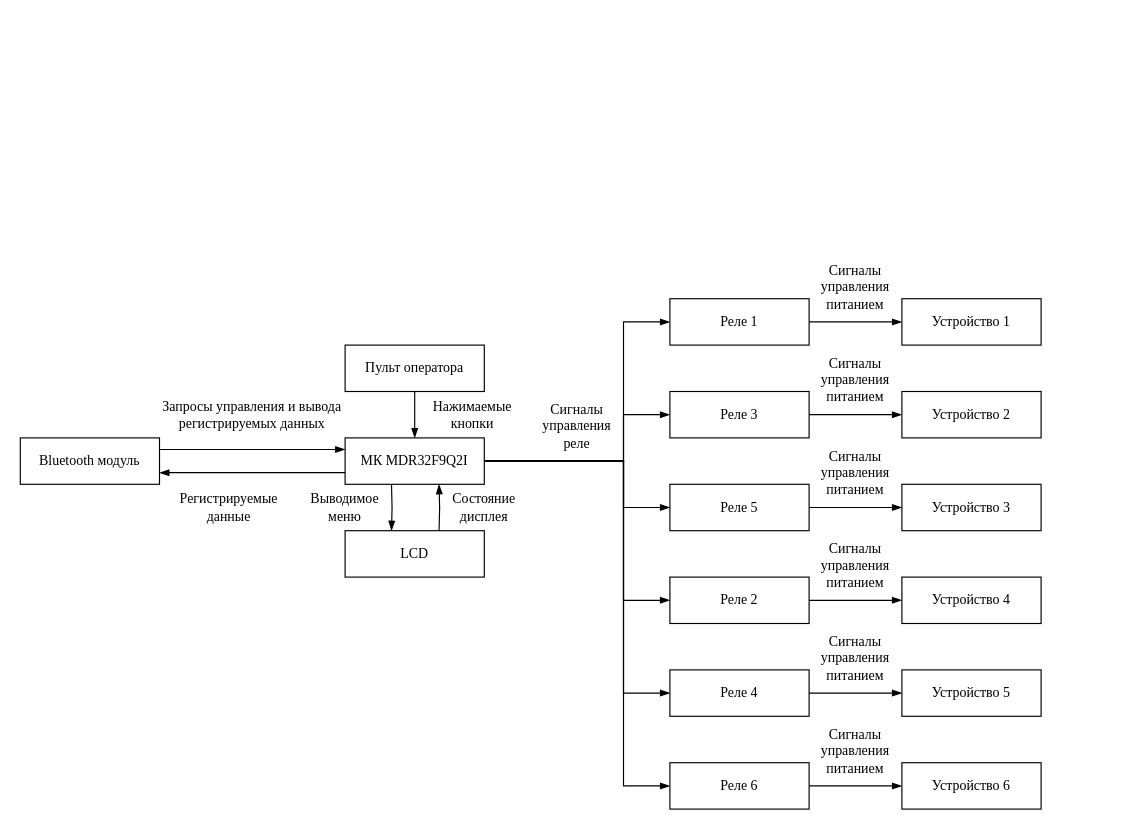
Before: structure_scheme.drawio in AntonBush/mps_course, a draw.io diagram. Source tidied: cells renumbered, new cells numbered last; positions are measured from the earlier drawing's top-left corner, leaving out a move shared by most shapes. Both pictures are drawn from the tidied source at 116%, with x=0, y=0 at pixel (20, 252).
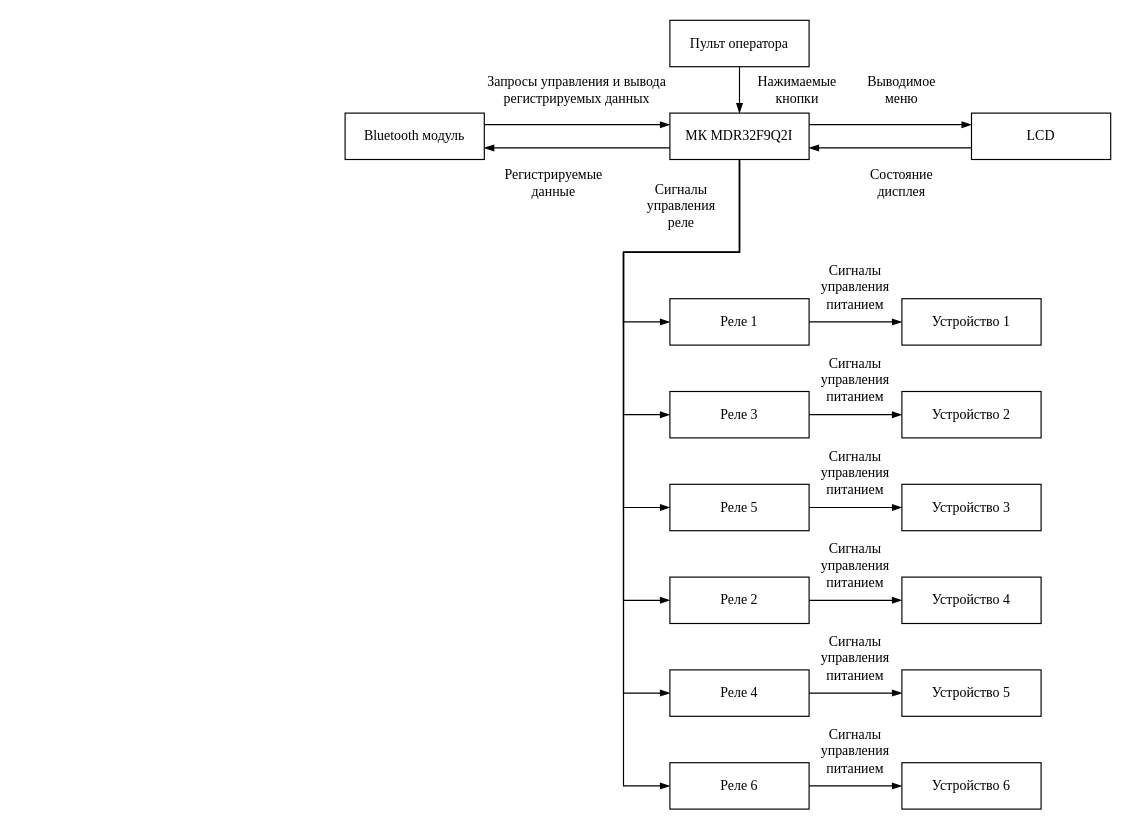
Above is the later version.

The change refers to these unchanged cells:
```xml
<mxCell id="12" value="Реле 1" style="rounded=0;whiteSpace=wrap;html=1;fontFamily=Times New Roman;" parent="1" vertex="1">
  <mxGeometry x="560" y="40" width="120" height="40" as="geometry" />
</mxCell>
<mxCell id="14" value="Реле 3" style="rounded=0;whiteSpace=wrap;html=1;fontFamily=Times New Roman;" parent="1" vertex="1">
  <mxGeometry x="560" y="120" width="120" height="40" as="geometry" />
</mxCell>
<mxCell id="16" value="Реле 5" style="rounded=0;whiteSpace=wrap;html=1;fontFamily=Times New Roman;" parent="1" vertex="1">
  <mxGeometry x="560" y="200" width="120" height="40" as="geometry" />
</mxCell>
<mxCell id="18" value="Реле 2" style="rounded=0;whiteSpace=wrap;html=1;fontFamily=Times New Roman;" parent="1" vertex="1">
  <mxGeometry x="560" y="280" width="120" height="40" as="geometry" />
</mxCell>
<mxCell id="20" value="Реле 4" style="rounded=0;whiteSpace=wrap;html=1;fontFamily=Times New Roman;" parent="1" vertex="1">
  <mxGeometry x="560" y="360" width="120" height="40" as="geometry" />
</mxCell>
<mxCell id="22" value="Реле 6" style="rounded=0;whiteSpace=wrap;html=1;fontFamily=Times New Roman;" parent="1" vertex="1">
  <mxGeometry x="560" y="440" width="120" height="40" as="geometry" />
</mxCell>
```

Change to the diagram source:
```diff
@@
-    <mxCell id="2" style="edgeStyle=orthogonalEdgeStyle;rounded=0;orthogonalLoop=1;jettySize=auto;html=1;exitX=0.5;exitY=1;exitDx=0;exitDy=0;entryX=0.5;entryY=0;entryDx=0;entryDy=0;endArrow=blockThin;endFill=1;fontFamily=Times New Roman;" parent="1" edge="1">
-      <mxGeometry relative="1" as="geometry">
-        <mxPoint x="320" y="200" as="sourcePoint" />
-        <mxPoint x="320" y="240" as="targetPoint" />
-      </mxGeometry>
+    <mxCell id="2" style="edgeStyle=orthogonalEdgeStyle;rounded=0;jettySize=auto;html=1;exitX=1;exitY=0.25;exitDx=0;exitDy=0;endArrow=blockThin;endFill=1;fontFamily=Times New Roman;entryX=0;entryY=0.25;entryDx=0;entryDy=0;" parent="1" edge="1" source="10" target="29">
+      <mxGeometry relative="1" as="geometry" />
     </mxCell>
-    <mxCell id="3" style="edgeStyle=orthogonalEdgeStyle;rounded=0;jettySize=auto;html=1;exitX=1;exitY=0.5;exitDx=0;exitDy=0;entryX=0;entryY=0.5;entryDx=0;entryDy=0;startArrow=none;startFill=0;endArrow=blockThin;endFill=1;fontFamily=Times New Roman;" parent="1" edge="1" source="10" target="12">
-      <mxGeometry relative="1" as="geometry">
-        <Array as="points">
-          <mxPoint x="520" y="180" />
-          <mxPoint x="520" y="60" />
-        </Array>
-      </mxGeometry>
-    </mxCell>
-    <mxCell id="4" style="edgeStyle=orthogonalEdgeStyle;rounded=0;jettySize=auto;html=1;exitX=1;exitY=0.5;exitDx=0;exitDy=0;entryX=0;entryY=0.5;entryDx=0;entryDy=0;startArrow=none;startFill=0;endArrow=blockThin;endFill=1;fontFamily=Times New Roman;" parent="1" edge="1" source="10" target="14">
-      <mxGeometry relative="1" as="geometry">
-        <Array as="points">
-          <mxPoint x="520" y="180" />
-          <mxPoint x="520" y="140" />
-        </Array>
-      </mxGeometry>
-    </mxCell>
+    <mxCell id="9" style="edgeStyle=orthogonalEdgeStyle;rounded=0;jettySize=auto;html=1;exitX=0;exitY=0.75;exitDx=0;exitDy=0;entryX=1;entryY=0.75;entryDx=0;entryDy=0;startArrow=none;startFill=0;endArrow=blockThin;endFill=1;fontFamily=Times New Roman;" parent="1" edge="1" source="10" target="36">
+      <mxGeometry relative="1" as="geometry" />
+    </mxCell>
-    <mxCell id="5" style="edgeStyle=orthogonalEdgeStyle;rounded=0;jettySize=auto;html=1;exitX=1;exitY=0.5;exitDx=0;exitDy=0;entryX=0;entryY=0.5;entryDx=0;entryDy=0;startArrow=none;startFill=0;endArrow=blockThin;endFill=1;fontFamily=Times New Roman;" parent="1" edge="1" source="10" target="16">
+    <mxCell id="5" style="edgeStyle=orthogonalEdgeStyle;rounded=0;jettySize=auto;html=1;exitX=0.5;exitY=1;exitDx=0;exitDy=0;entryX=0;entryY=0.5;entryDx=0;entryDy=0;fontSize=12;endArrow=blockThin;endFill=1;startSize=6;endSize=6;sourcePerimeterSpacing=8;targetPerimeterSpacing=8;" parent="1" edge="1" source="10" target="16">
       <mxGeometry relative="1" as="geometry">
         <Array as="points">
-          <mxPoint x="520" y="180" />
+          <mxPoint x="620" />
+          <mxPoint x="520" />
           <mxPoint x="520" y="220" />
         </Array>
       </mxGeometry>
     </mxCell>
-    <mxCell id="6" style="edgeStyle=orthogonalEdgeStyle;rounded=0;jettySize=auto;html=1;exitX=1;exitY=0.5;exitDx=0;exitDy=0;entryX=0;entryY=0.5;entryDx=0;entryDy=0;startArrow=none;startFill=0;endArrow=blockThin;endFill=1;fontFamily=Times New Roman;" parent="1" edge="1" source="10" target="18">
+    <mxCell id="6" style="edgeStyle=orthogonalEdgeStyle;rounded=0;jettySize=auto;html=1;exitX=0.5;exitY=1;exitDx=0;exitDy=0;entryX=0;entryY=0.5;entryDx=0;entryDy=0;fontSize=12;endArrow=blockThin;endFill=1;startSize=6;endSize=6;sourcePerimeterSpacing=8;targetPerimeterSpacing=8;" parent="1" edge="1" source="10" target="18">
       <mxGeometry relative="1" as="geometry">
         <Array as="points">
-          <mxPoint x="520" y="180" />
+          <mxPoint x="620" />
+          <mxPoint x="520" />
           <mxPoint x="520" y="300" />
         </Array>
       </mxGeometry>
     </mxCell>
-    <mxCell id="7" style="edgeStyle=orthogonalEdgeStyle;rounded=0;jettySize=auto;html=1;exitX=1;exitY=0.5;exitDx=0;exitDy=0;entryX=0;entryY=0.5;entryDx=0;entryDy=0;startArrow=none;startFill=0;endArrow=blockThin;endFill=1;fontFamily=Times New Roman;" parent="1" edge="1" source="10" target="20">
+    <mxCell id="7" style="edgeStyle=orthogonalEdgeStyle;rounded=0;jettySize=auto;html=1;exitX=0.5;exitY=1;exitDx=0;exitDy=0;entryX=0;entryY=0.5;entryDx=0;entryDy=0;fontSize=12;endArrow=blockThin;endFill=1;startSize=6;endSize=6;sourcePerimeterSpacing=8;targetPerimeterSpacing=8;" parent="1" edge="1" source="10" target="20">
       <mxGeometry relative="1" as="geometry">
         <Array as="points">
-          <mxPoint x="520" y="180" />
+          <mxPoint x="620" />
+          <mxPoint x="520" />
           <mxPoint x="520" y="380" />
         </Array>
       </mxGeometry>
     </mxCell>
-    <mxCell id="8" style="edgeStyle=orthogonalEdgeStyle;rounded=0;jettySize=auto;html=1;exitX=1;exitY=0.5;exitDx=0;exitDy=0;entryX=0;entryY=0.5;entryDx=0;entryDy=0;startArrow=none;startFill=0;endArrow=blockThin;endFill=1;fontFamily=Times New Roman;" parent="1" edge="1" source="10" target="22">
+    <mxCell id="8" style="edgeStyle=orthogonalEdgeStyle;rounded=0;jettySize=auto;html=1;exitX=0.5;exitY=1;exitDx=0;exitDy=0;entryX=0;entryY=0.5;entryDx=0;entryDy=0;fontSize=12;endArrow=blockThin;endFill=1;startSize=6;endSize=6;sourcePerimeterSpacing=8;targetPerimeterSpacing=8;" parent="1" edge="1" source="10" target="22">
       <mxGeometry relative="1" as="geometry">
         <Array as="points">
-          <mxPoint x="520" y="180" />
+          <mxPoint x="620" />
+          <mxPoint x="520" />
           <mxPoint x="520" y="460" />
         </Array>
       </mxGeometry>
     </mxCell>
-    <mxCell id="9" style="edgeStyle=orthogonalEdgeStyle;rounded=0;jettySize=auto;html=1;exitX=0;exitY=0.75;exitDx=0;exitDy=0;entryX=1;entryY=0.75;entryDx=0;entryDy=0;startArrow=none;startFill=0;endArrow=blockThin;endFill=1;fontFamily=Times New Roman;" parent="1" edge="1" source="10" target="36">
-      <mxGeometry relative="1" as="geometry" />
-    </mxCell>
     <mxCell id="10" value="МК MDR32F9Q2I" style="rounded=0;whiteSpace=wrap;html=1;fontFamily=Times New Roman;" parent="1" vertex="1">
-      <mxGeometry x="280" y="160" width="120" height="40" as="geometry" />
+      <mxGeometry x="560" y="-120" width="120" height="40" as="geometry" />
     </mxCell>
@@
     <mxCell id="29" value="LCD" style="rounded=0;whiteSpace=wrap;html=1;fontFamily=Times New Roman;" parent="1" vertex="1">
-      <mxGeometry x="280" y="240" width="120" height="40" as="geometry" />
+      <mxGeometry x="820" y="-120" width="120" height="40" as="geometry" />
     </mxCell>
@@
     <mxCell id="31" value="Пульт оператора" style="rounded=0;whiteSpace=wrap;html=1;fontFamily=Times New Roman;" parent="1" vertex="1">
-      <mxGeometry x="280" y="80" width="120" height="40" as="geometry" />
+      <mxGeometry x="560" y="-200" width="120" height="40" as="geometry" />
     </mxCell>
     <mxCell id="32" value="Нажимаемые кнопки" style="text;html=1;strokeColor=none;fillColor=none;align=center;verticalAlign=middle;whiteSpace=wrap;rounded=0;fontFamily=Times New Roman;" parent="1" vertex="1">
-      <mxGeometry x="340" y="120" width="100" height="40" as="geometry" />
+      <mxGeometry x="620" y="-160" width="100" height="40" as="geometry" />
     </mxCell>
     <mxCell id="33" value="Выводимое меню" style="text;html=1;strokeColor=none;fillColor=none;align=center;verticalAlign=middle;whiteSpace=wrap;rounded=0;fontFamily=Times New Roman;" parent="1" vertex="1">
-      <mxGeometry x="240" y="200" width="80" height="40" as="geometry" />
+      <mxGeometry x="720" y="-160" width="80" height="40" as="geometry" />
     </mxCell>
     <mxCell id="34" value="Состояние дисплея" style="text;html=1;strokeColor=none;fillColor=none;align=center;verticalAlign=middle;whiteSpace=wrap;rounded=0;fontFamily=Times New Roman;" parent="1" vertex="1">
-      <mxGeometry x="360" y="200" width="80" height="40" as="geometry" />
+      <mxGeometry x="720" y="-80" width="80" height="40" as="geometry" />
     </mxCell>
@@
     <mxCell id="36" value="Bluetooth модуль" style="rounded=0;whiteSpace=wrap;html=1;fontFamily=Times New Roman;" parent="1" vertex="1">
-      <mxGeometry y="160" width="120" height="40" as="geometry" />
+      <mxGeometry x="280" y="-120" width="120" height="40" as="geometry" />
     </mxCell>
+    <mxCell id="3" style="edgeStyle=orthogonalEdgeStyle;rounded=0;jettySize=auto;html=1;exitX=0.5;exitY=1;exitDx=0;exitDy=0;entryX=0;entryY=0.5;entryDx=0;entryDy=0;fontSize=12;endArrow=blockThin;startSize=6;endSize=6;sourcePerimeterSpacing=8;targetPerimeterSpacing=8;endFill=1;" parent="1" edge="1" source="10" target="12">
+      <mxGeometry relative="1" as="geometry">
+        <Array as="points">
+          <mxPoint x="620" />
+          <mxPoint x="520" />
+          <mxPoint x="520" y="60" />
+        </Array>
+      </mxGeometry>
+    </mxCell>
+    <mxCell id="4" style="edgeStyle=orthogonalEdgeStyle;rounded=0;jettySize=auto;html=1;exitX=0.5;exitY=1;exitDx=0;exitDy=0;entryX=0;entryY=0.5;entryDx=0;entryDy=0;fontSize=12;endArrow=blockThin;endFill=1;startSize=6;endSize=6;sourcePerimeterSpacing=8;targetPerimeterSpacing=8;" parent="1" edge="1" source="10" target="14">
+      <mxGeometry relative="1" as="geometry">
+        <Array as="points">
+          <mxPoint x="620" />
+          <mxPoint x="520" />
+          <mxPoint x="520" y="140" />
+        </Array>
+      </mxGeometry>
+    </mxCell>
     <mxCell id="37" value="Сигналы управления реле" style="text;html=1;strokeColor=none;fillColor=none;align=center;verticalAlign=middle;whiteSpace=wrap;rounded=0;fontFamily=Times New Roman;" parent="1" vertex="1">
-      <mxGeometry x="440" y="120" width="80" height="60" as="geometry" />
+      <mxGeometry x="530" y="-70" width="80" height="60" as="geometry" />
     </mxCell>
-    <mxCell id="38" style="edgeStyle=orthogonalEdgeStyle;rounded=0;orthogonalLoop=1;jettySize=auto;html=1;exitX=0.5;exitY=1;exitDx=0;exitDy=0;entryX=0.5;entryY=0;entryDx=0;entryDy=0;endArrow=none;endFill=0;startArrow=blockThin;startFill=1;fontFamily=Times New Roman;" parent="1" edge="1">
+    <mxCell id="38" style="edgeStyle=orthogonalEdgeStyle;rounded=0;jettySize=auto;html=1;exitX=1;exitY=0.75;exitDx=0;exitDy=0;entryX=0;entryY=0.75;entryDx=0;entryDy=0;endArrow=none;endFill=0;startArrow=blockThin;startFill=1;fontFamily=Times New Roman;" parent="1" edge="1" source="10" target="29">
       <mxGeometry relative="1" as="geometry">
-        <mxPoint x="361" y="200" as="sourcePoint" />
-        <mxPoint x="361" y="240" as="targetPoint" />
+        <Array as="points">
+          <mxPoint x="750" y="-90" />
+          <mxPoint x="750" y="-90" />
+        </Array>
       </mxGeometry>
     </mxCell>
     <mxCell id="39" value="Запросы управления и вывода регистрируемых данных" style="text;html=1;strokeColor=none;fillColor=none;align=center;verticalAlign=middle;whiteSpace=wrap;rounded=0;fontFamily=Times New Roman;" parent="1" vertex="1">
-      <mxGeometry x="120" y="110" width="160" height="60" as="geometry" />
+      <mxGeometry x="400" y="-170" width="160" height="60" as="geometry" />
     </mxCell>
     <mxCell id="40" value="Регистрируемые данные" style="text;html=1;strokeColor=none;fillColor=none;align=center;verticalAlign=middle;whiteSpace=wrap;rounded=0;fontFamily=Times New Roman;" parent="1" vertex="1">
-      <mxGeometry x="120" y="200" width="120" height="40" as="geometry" />
+      <mxGeometry x="400" y="-80" width="120" height="40" as="geometry" />
     </mxCell>
```
